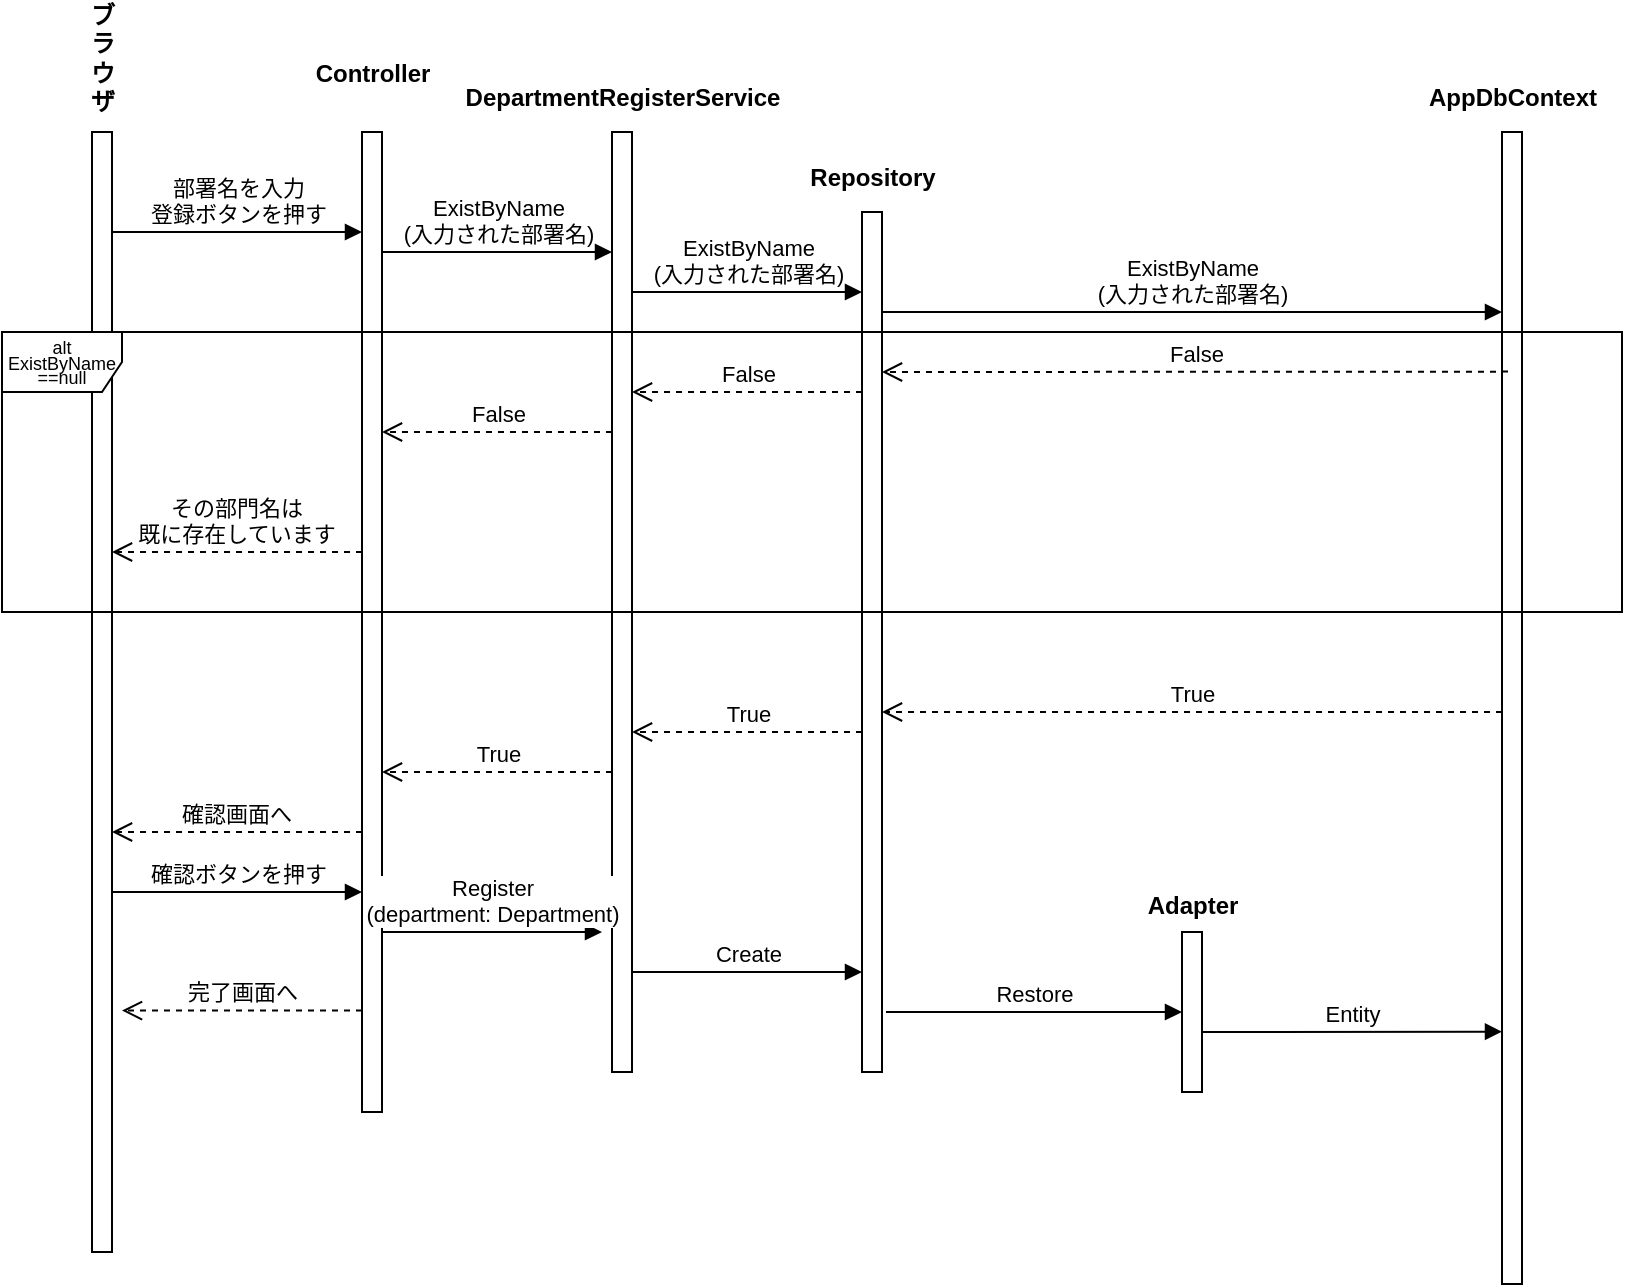
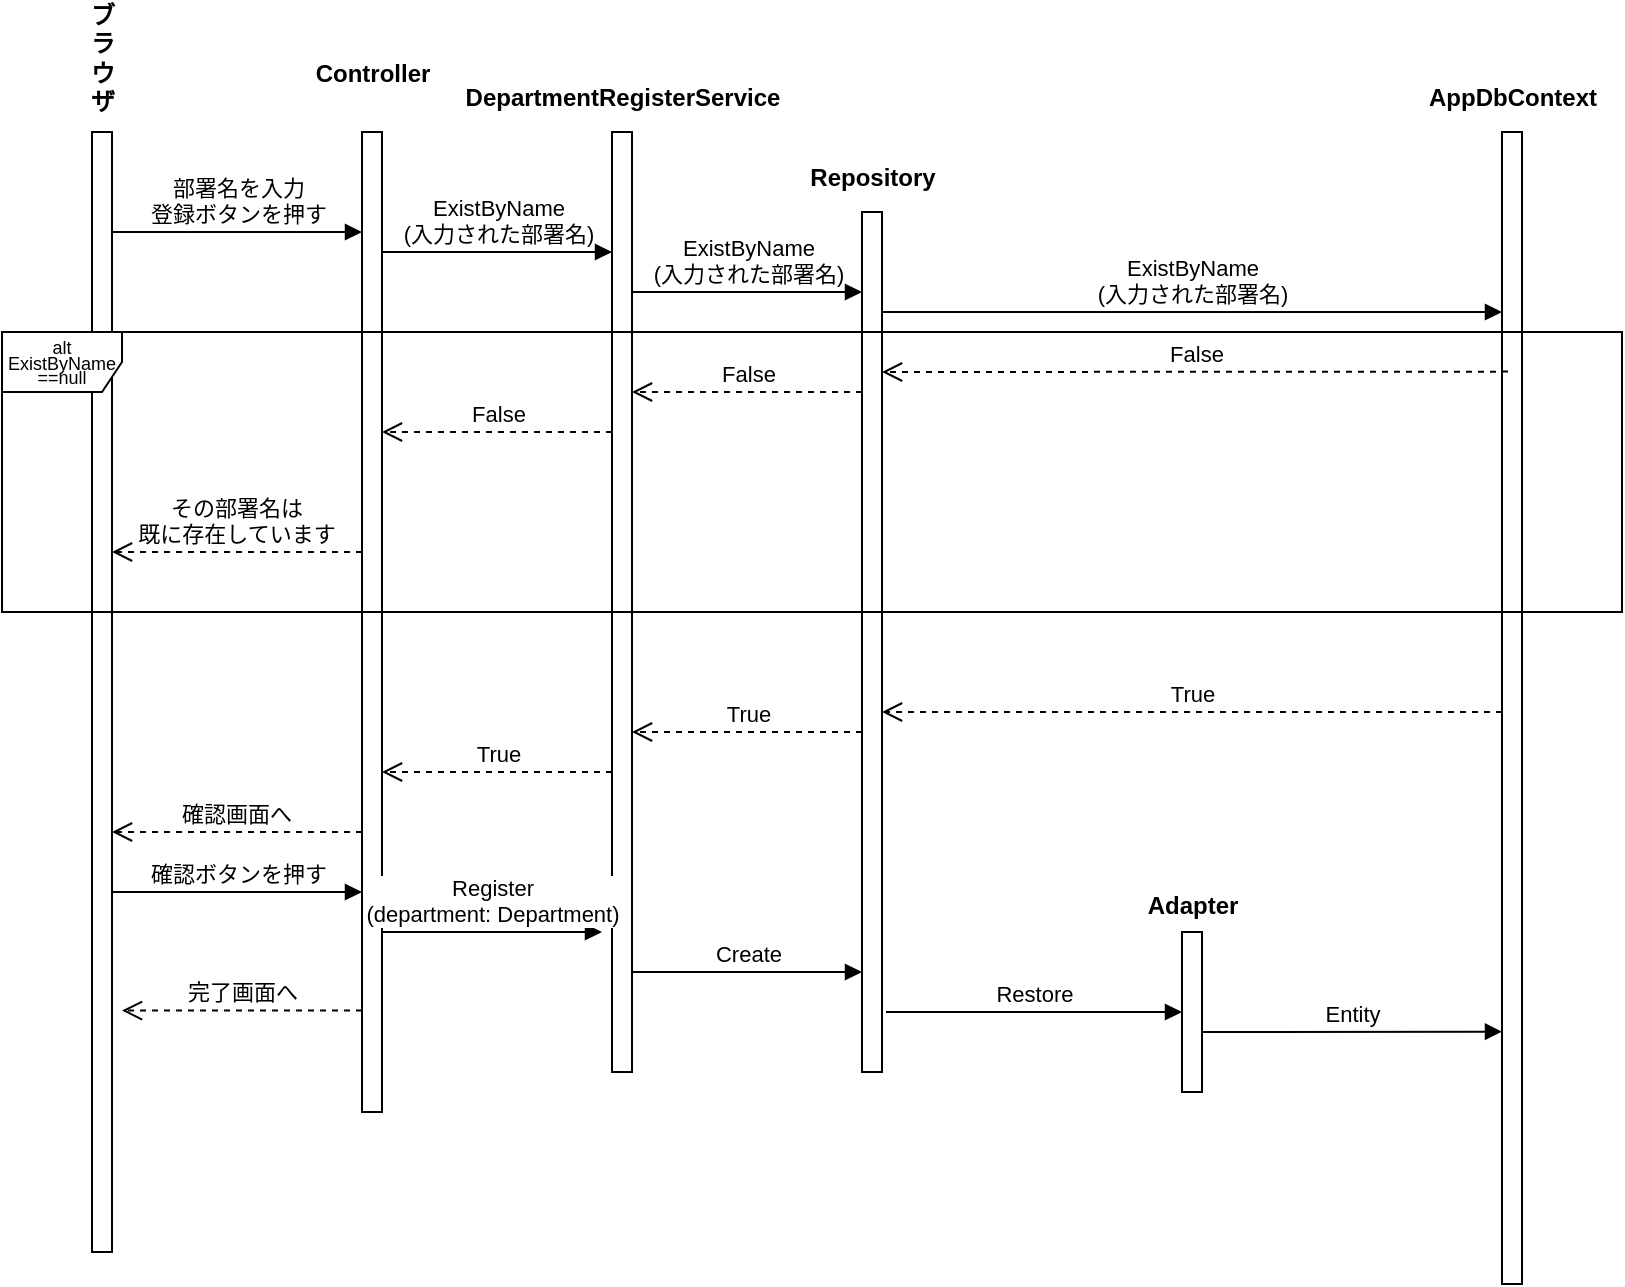
<mxfile host="app.diagrams.net">
  <diagram name="ページ-1" id="QG6bFXOwcCPzWOT8HnzP">
    <mxGraphModel dx="1548" dy="902" grid="1" gridSize="10" guides="1" tooltips="1" connect="1" arrows="1" fold="1" page="1" pageScale="1" pageWidth="827" pageHeight="1169" math="0" shadow="0">
      <root>
        <mxCell id="0" />
        <mxCell id="1" parent="0" />
        <mxCell id="DYZGsvSrBg4BRIJO99NX-1" parent="1" style="html=1;points=[[0,0,0,0,5],[0,1,0,0,-5],[1,0,0,0,5],[1,1,0,0,-5]];perimeter=orthogonalPerimeter;outlineConnect=0;targetShapes=umlLifeline;portConstraint=eastwest;newEdgeStyle={&quot;curved&quot;:0,&quot;rounded&quot;:0};" value="" vertex="1">
          <mxGeometry height="560" width="10" x="385" y="250" as="geometry" />
        </mxCell>
        <mxCell id="DYZGsvSrBg4BRIJO99NX-2" parent="1" style="text;align=center;fontStyle=1;verticalAlign=middle;spacingLeft=3;spacingRight=3;strokeColor=none;rotatable=0;points=[[0,0.5],[1,0.5]];portConstraint=eastwest;html=1;" value="&lt;span style=&quot;white-space: normal;&quot;&gt;ブラウザ&lt;/span&gt;" vertex="1">
          <mxGeometry height="26" width="90" x="345" y="200" as="geometry" />
        </mxCell>
        <mxCell id="DYZGsvSrBg4BRIJO99NX-11" parent="1" style="html=1;points=[[0,0,0,0,5],[0,1,0,0,-5],[1,0,0,0,5],[1,1,0,0,-5]];perimeter=orthogonalPerimeter;outlineConnect=0;targetShapes=umlLifeline;portConstraint=eastwest;newEdgeStyle={&quot;curved&quot;:0,&quot;rounded&quot;:0};" value="" vertex="1">
          <mxGeometry height="576" width="10" x="1090" y="250" as="geometry" />
        </mxCell>
        <mxCell id="DYZGsvSrBg4BRIJO99NX-12" parent="1" style="text;align=center;fontStyle=1;verticalAlign=middle;spacingLeft=3;spacingRight=3;strokeColor=none;rotatable=0;points=[[0,0.5],[1,0.5]];portConstraint=eastwest;html=1;" value="&lt;span style=&quot;white-space: normal;&quot;&gt;AppDbContext&lt;/span&gt;" vertex="1">
          <mxGeometry height="26" width="80" x="1055" y="220" as="geometry" />
        </mxCell>
        <mxCell id="DYZGsvSrBg4BRIJO99NX-38" parent="1" style="html=1;points=[[0,0,0,0,5],[0,1,0,0,-5],[1,0,0,0,5],[1,1,0,0,-5]];perimeter=orthogonalPerimeter;outlineConnect=0;targetShapes=umlLifeline;portConstraint=eastwest;newEdgeStyle={&quot;curved&quot;:0,&quot;rounded&quot;:0};" value="" vertex="1">
          <mxGeometry height="490" width="10" x="520" y="250" as="geometry" />
        </mxCell>
        <mxCell id="DYZGsvSrBg4BRIJO99NX-39" parent="1" style="html=1;points=[[0,0,0,0,5],[0,1,0,0,-5],[1,0,0,0,5],[1,1,0,0,-5]];perimeter=orthogonalPerimeter;outlineConnect=0;targetShapes=umlLifeline;portConstraint=eastwest;newEdgeStyle={&quot;curved&quot;:0,&quot;rounded&quot;:0};" value="" vertex="1">
          <mxGeometry height="470" width="10" x="645" y="250" as="geometry" />
        </mxCell>
        <mxCell id="DYZGsvSrBg4BRIJO99NX-40" parent="1" style="html=1;points=[[0,0,0,0,5],[0,1,0,0,-5],[1,0,0,0,5],[1,1,0,0,-5]];perimeter=orthogonalPerimeter;outlineConnect=0;targetShapes=umlLifeline;portConstraint=eastwest;newEdgeStyle={&quot;curved&quot;:0,&quot;rounded&quot;:0};" value="" vertex="1">
          <mxGeometry height="430" width="10" x="770" y="290" as="geometry" />
        </mxCell>
        <mxCell id="DYZGsvSrBg4BRIJO99NX-41" parent="1" style="text;align=center;fontStyle=1;verticalAlign=middle;spacingLeft=3;spacingRight=3;strokeColor=none;rotatable=0;points=[[0,0.5],[1,0.5]];portConstraint=eastwest;html=1;" value="Controller" vertex="1">
          <mxGeometry height="26" width="80" x="485" y="208" as="geometry" />
        </mxCell>
        <mxCell id="DYZGsvSrBg4BRIJO99NX-42" edge="1" parent="1" style="html=1;verticalAlign=bottom;endArrow=block;curved=0;rounded=0;" target="DYZGsvSrBg4BRIJO99NX-38" value="部署名を入力&lt;div&gt;登録ボタンを押す&lt;/div&gt;">
          <mxGeometry relative="1" width="80" as="geometry">
            <mxPoint x="395" y="300" as="sourcePoint" />
            <mxPoint x="475" y="300" as="targetPoint" />
          </mxGeometry>
        </mxCell>
-         <mxCell id="DYZGsvSrBg4BRIJO99NX-43" edge="1" parent="1" style="html=1;verticalAlign=bottom;endArrow=open;dashed=1;endSize=8;curved=0;rounded=0;" value="その部門名は&lt;div&gt;既に存在しています&lt;/div&gt;">
+         <mxCell id="DYZGsvSrBg4BRIJO99NX-43" edge="1" parent="1" style="html=1;verticalAlign=bottom;endArrow=open;dashed=1;endSize=8;curved=0;rounded=0;" value="その部署名は&lt;div&gt;既に存在しています&lt;/div&gt;">
          <mxGeometry relative="1" as="geometry">
            <mxPoint x="519.9999999999998" y="460" as="sourcePoint" />
            <mxPoint x="395" y="460" as="targetPoint" />
          </mxGeometry>
        </mxCell>
        <mxCell id="DYZGsvSrBg4BRIJO99NX-44" parent="1" style="text;align=center;fontStyle=1;verticalAlign=middle;spacingLeft=3;spacingRight=3;strokeColor=none;rotatable=0;points=[[0,0.5],[1,0.5]];portConstraint=eastwest;html=1;" value="DepartmentRegisterService" vertex="1">
          <mxGeometry height="26" width="80" x="610" y="220" as="geometry" />
        </mxCell>
        <mxCell id="DYZGsvSrBg4BRIJO99NX-46" parent="1" style="text;align=center;fontStyle=1;verticalAlign=middle;spacingLeft=3;spacingRight=3;strokeColor=none;rotatable=0;points=[[0,0.5],[1,0.5]];portConstraint=eastwest;html=1;" value="Repository" vertex="1">
          <mxGeometry height="26" width="80" x="735" y="260" as="geometry" />
        </mxCell>
        <mxCell id="DYZGsvSrBg4BRIJO99NX-47" parent="1" style="shape=umlFrame;whiteSpace=wrap;html=1;pointerEvents=0;" value="&lt;div style=&quot;line-height: 60%;&quot;&gt;&lt;font style=&quot;font-size: 9px; line-height: 60%;&quot;&gt;alt&lt;/font&gt;&lt;div&gt;&lt;font style=&quot;font-size: 9px; line-height: 60%;&quot;&gt;ExistByName ==null&lt;/font&gt;&lt;/div&gt;&lt;/div&gt;" vertex="1">
          <mxGeometry height="140" width="810" x="340" y="350" as="geometry" />
        </mxCell>
        <mxCell id="DYZGsvSrBg4BRIJO99NX-48" edge="1" parent="1" style="html=1;verticalAlign=bottom;endArrow=block;curved=0;rounded=0;" target="DYZGsvSrBg4BRIJO99NX-39" value="ExistByName&lt;div&gt;(入力された部署名)&lt;/div&gt;">
          <mxGeometry relative="1" width="80" as="geometry">
            <mxPoint x="530" y="310" as="sourcePoint" />
            <mxPoint x="610" y="310" as="targetPoint" />
          </mxGeometry>
        </mxCell>
        <mxCell id="DYZGsvSrBg4BRIJO99NX-49" edge="1" parent="1" style="html=1;verticalAlign=bottom;endArrow=block;curved=0;rounded=0;" value="ExistByName&lt;div&gt;(入力された部署名)&lt;/div&gt;">
          <mxGeometry relative="1" width="80" as="geometry">
            <mxPoint x="655" y="330" as="sourcePoint" />
            <mxPoint x="770" y="330" as="targetPoint" />
          </mxGeometry>
        </mxCell>
        <mxCell id="DYZGsvSrBg4BRIJO99NX-50" edge="1" parent="1" style="html=1;verticalAlign=bottom;endArrow=block;curved=0;rounded=0;" target="DYZGsvSrBg4BRIJO99NX-11" value="ExistByName&lt;div&gt;(入力された部署名)&lt;/div&gt;">
          <mxGeometry relative="1" width="80" as="geometry">
            <mxPoint x="780" y="340" as="sourcePoint" />
            <mxPoint x="895" y="340" as="targetPoint" />
          </mxGeometry>
        </mxCell>
        <mxCell id="DYZGsvSrBg4BRIJO99NX-51" edge="1" parent="1" source="DYZGsvSrBg4BRIJO99NX-11" style="html=1;verticalAlign=bottom;endArrow=open;dashed=1;endSize=8;curved=0;rounded=0;exitX=0.3;exitY=0.208;exitDx=0;exitDy=0;exitPerimeter=0;" value="False">
          <mxGeometry relative="1" as="geometry">
            <mxPoint x="860" y="370" as="sourcePoint" />
            <mxPoint x="780" y="370" as="targetPoint" />
          </mxGeometry>
        </mxCell>
        <mxCell id="DYZGsvSrBg4BRIJO99NX-52" edge="1" parent="1" style="html=1;verticalAlign=bottom;endArrow=open;dashed=1;endSize=8;curved=0;rounded=0;" value="False">
          <mxGeometry relative="1" as="geometry">
            <mxPoint x="770" y="380" as="sourcePoint" />
            <mxPoint x="655" y="380" as="targetPoint" />
          </mxGeometry>
        </mxCell>
        <mxCell id="DYZGsvSrBg4BRIJO99NX-53" edge="1" parent="1" style="html=1;verticalAlign=bottom;endArrow=open;dashed=1;endSize=8;curved=0;rounded=0;" value="False">
          <mxGeometry relative="1" as="geometry">
            <mxPoint x="645" y="400" as="sourcePoint" />
            <mxPoint x="530" y="400" as="targetPoint" />
          </mxGeometry>
        </mxCell>
        <mxCell id="DYZGsvSrBg4BRIJO99NX-54" edge="1" parent="1" style="html=1;verticalAlign=bottom;endArrow=open;dashed=1;endSize=8;curved=0;rounded=0;" value="確認画面へ">
          <mxGeometry relative="1" as="geometry">
            <mxPoint x="519.9999999999998" y="600" as="sourcePoint" />
            <mxPoint x="395" y="600" as="targetPoint" />
          </mxGeometry>
        </mxCell>
        <mxCell id="DYZGsvSrBg4BRIJO99NX-57" edge="1" parent="1" source="DYZGsvSrBg4BRIJO99NX-11" style="html=1;verticalAlign=bottom;endArrow=open;dashed=1;endSize=8;curved=0;rounded=0;" value="True">
          <mxGeometry relative="1" as="geometry">
            <mxPoint x="900" y="540" as="sourcePoint" />
            <mxPoint x="780" y="540" as="targetPoint" />
          </mxGeometry>
        </mxCell>
        <mxCell id="DYZGsvSrBg4BRIJO99NX-58" edge="1" parent="1" style="html=1;verticalAlign=bottom;endArrow=open;dashed=1;endSize=8;curved=0;rounded=0;" value="True">
          <mxGeometry relative="1" as="geometry">
            <mxPoint x="770" y="550" as="sourcePoint" />
            <mxPoint x="655" y="550" as="targetPoint" />
          </mxGeometry>
        </mxCell>
        <mxCell id="DYZGsvSrBg4BRIJO99NX-59" edge="1" parent="1" style="html=1;verticalAlign=bottom;endArrow=open;dashed=1;endSize=8;curved=0;rounded=0;" value="True">
          <mxGeometry relative="1" as="geometry">
            <mxPoint x="645" y="570" as="sourcePoint" />
            <mxPoint x="530" y="570" as="targetPoint" />
          </mxGeometry>
        </mxCell>
        <mxCell id="DYZGsvSrBg4BRIJO99NX-61" edge="1" parent="1" style="html=1;verticalAlign=bottom;endArrow=block;curved=0;rounded=0;" value="確認ボタンを押す">
          <mxGeometry relative="1" width="80" as="geometry">
            <mxPoint x="395" y="630" as="sourcePoint" />
            <mxPoint x="520" y="630" as="targetPoint" />
          </mxGeometry>
        </mxCell>
        <mxCell id="DYZGsvSrBg4BRIJO99NX-62" edge="1" parent="1" style="html=1;verticalAlign=bottom;endArrow=block;curved=0;rounded=0;" value="Register&lt;br&gt;&lt;div&gt;(department: Department)&lt;/div&gt;">
          <mxGeometry relative="1" width="80" as="geometry">
            <mxPoint x="530" y="650" as="sourcePoint" />
            <mxPoint x="640" y="650" as="targetPoint" />
          </mxGeometry>
        </mxCell>
        <mxCell id="DYZGsvSrBg4BRIJO99NX-63" edge="1" parent="1" style="html=1;verticalAlign=bottom;endArrow=block;curved=0;rounded=0;" value="Create">
          <mxGeometry relative="1" width="80" x="0.0026" as="geometry">
            <mxPoint as="offset" />
            <mxPoint x="655" y="670" as="sourcePoint" />
            <mxPoint x="770" y="670" as="targetPoint" />
          </mxGeometry>
        </mxCell>
        <mxCell id="DYZGsvSrBg4BRIJO99NX-64" edge="1" parent="1" style="html=1;verticalAlign=bottom;endArrow=block;curved=0;rounded=0;" value="&lt;div&gt;&lt;span style=&quot;background-color: light-dark(#ffffff, var(--ge-dark-color, #121212)); color: light-dark(rgb(0, 0, 0), rgb(255, 255, 255));&quot;&gt;Restore&lt;/span&gt;&lt;/div&gt;">
          <mxGeometry relative="1" width="80" x="0.0026" as="geometry">
            <mxPoint as="offset" />
            <mxPoint x="782" y="690" as="sourcePoint" />
            <mxPoint x="930" y="690" as="targetPoint" />
          </mxGeometry>
        </mxCell>
        <mxCell id="DYZGsvSrBg4BRIJO99NX-65" parent="1" style="html=1;points=[[0,0,0,0,5],[0,1,0,0,-5],[1,0,0,0,5],[1,1,0,0,-5]];perimeter=orthogonalPerimeter;outlineConnect=0;targetShapes=umlLifeline;portConstraint=eastwest;newEdgeStyle={&quot;curved&quot;:0,&quot;rounded&quot;:0};" value="" vertex="1">
          <mxGeometry height="80" width="10" x="930" y="650" as="geometry" />
        </mxCell>
        <mxCell id="DYZGsvSrBg4BRIJO99NX-66" parent="1" style="text;align=center;fontStyle=1;verticalAlign=middle;spacingLeft=3;spacingRight=3;strokeColor=none;rotatable=0;points=[[0,0.5],[1,0.5]];portConstraint=eastwest;html=1;" value="Adapter" vertex="1">
          <mxGeometry height="26" width="80" x="895" y="624" as="geometry" />
        </mxCell>
        <mxCell id="DYZGsvSrBg4BRIJO99NX-67" edge="1" parent="1" style="html=1;verticalAlign=bottom;endArrow=block;curved=0;rounded=0;entryX=0;entryY=0.781;entryDx=0;entryDy=0;entryPerimeter=0;" target="DYZGsvSrBg4BRIJO99NX-11" value="&lt;div&gt;&lt;span style=&quot;background-color: light-dark(#ffffff, var(--ge-dark-color, #121212)); color: light-dark(rgb(0, 0, 0), rgb(255, 255, 255));&quot;&gt;Entity&lt;/span&gt;&lt;/div&gt;">
          <mxGeometry relative="1" width="80" x="0.0026" as="geometry">
            <mxPoint as="offset" />
            <mxPoint x="940" y="700" as="sourcePoint" />
            <mxPoint x="1080" y="700" as="targetPoint" />
          </mxGeometry>
        </mxCell>
        <mxCell id="DYZGsvSrBg4BRIJO99NX-68" edge="1" parent="1" style="html=1;verticalAlign=bottom;endArrow=open;dashed=1;endSize=8;curved=0;rounded=0;" value="完了画面へ">
          <mxGeometry relative="1" as="geometry">
            <mxPoint x="520" y="689.29" as="sourcePoint" />
            <mxPoint x="400" y="689.29" as="targetPoint" />
          </mxGeometry>
        </mxCell>
      </root>
    </mxGraphModel>
  </diagram>
</mxfile>
